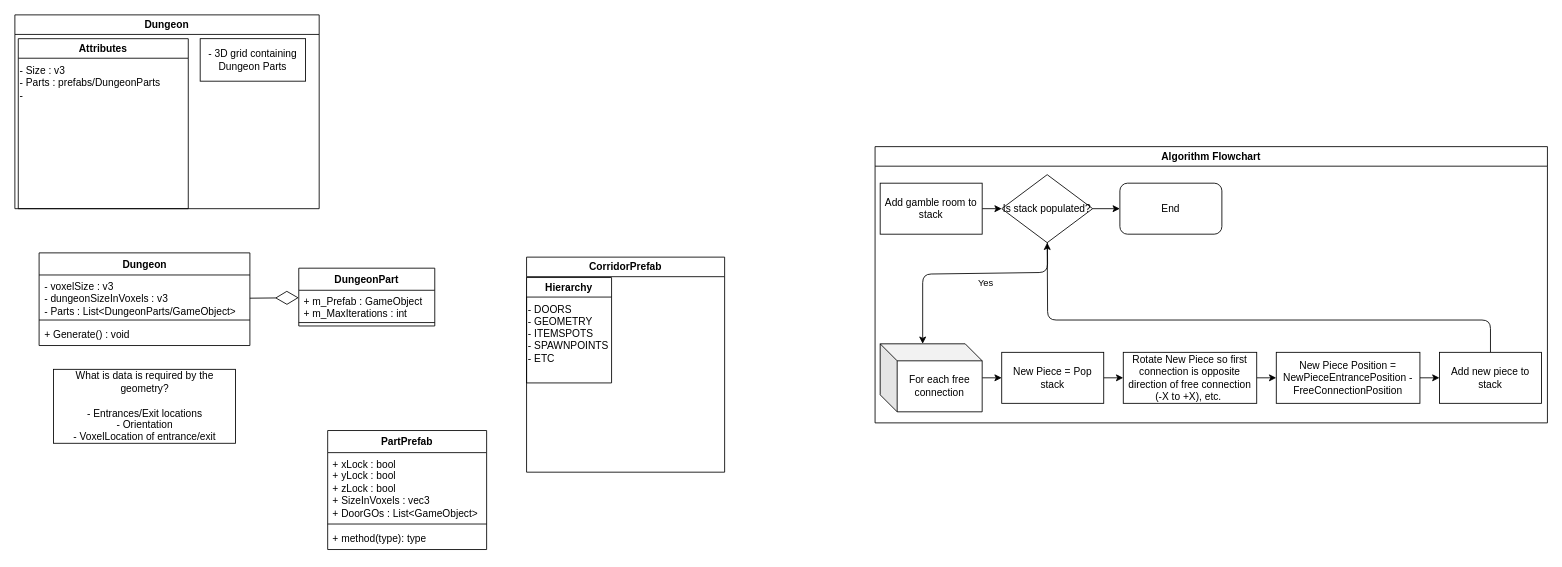
RanakOFour/Unity3DDungeonGenerator keeps this draw.io diagram as DungeonGenerator.drawio. Above is the earlier version. Source tidied: cells renumbered, new cells numbered last; positions are measured from the earlier drawing's top-left corner, leaving out a move shared by most shapes. Both pictures are drawn from the tidied source at 85%, with x=0, y=0 at pixel (14, 14).
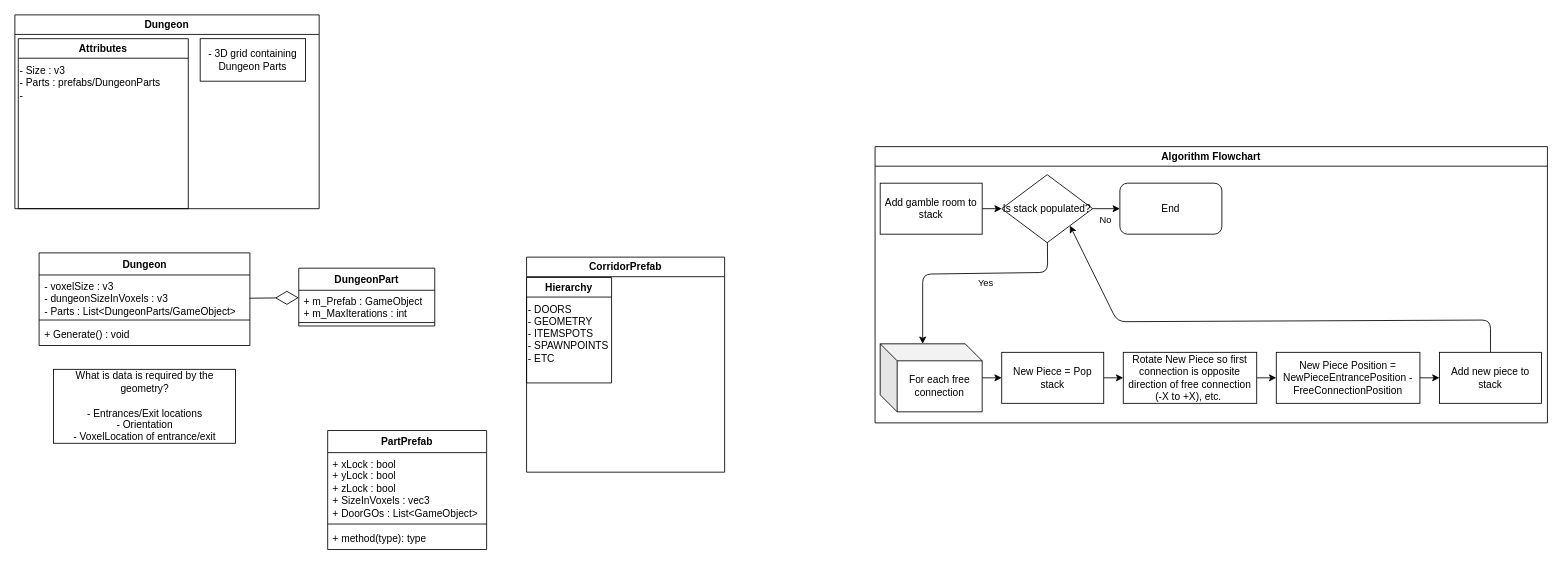
After the change.

The change refers to these unchanged cells:
```xml
<mxCell id="22" value="Algorithm Flowchart" style="swimlane;whiteSpace=wrap;html=1;" parent="1" vertex="1">
  <mxGeometry x="1012" y="155" width="791" height="325" as="geometry" />
</mxCell>
<mxCell id="32" value="Add new piece to stack" style="rounded=0;whiteSpace=wrap;html=1;" parent="22" vertex="1">
  <mxGeometry x="664" y="242" width="120" height="60" as="geometry" />
</mxCell>
<mxCell id="34" value="Is stack populated?" style="rhombus;whiteSpace=wrap;html=1;" parent="22" vertex="1">
  <mxGeometry x="149" y="33" width="107" height="80" as="geometry" />
</mxCell>
<mxCell id="38" value="End" style="rounded=1;whiteSpace=wrap;html=1;" parent="22" vertex="1">
  <mxGeometry x="288" y="43" width="120" height="60" as="geometry" />
</mxCell>
```

What changed in the source:
```diff
@@
-    <mxCell id="31" style="edgeStyle=none;html=1;entryX=0.5;entryY=1;entryDx=0;entryDy=0;" parent="22" edge="1" source="32" target="34">
+    <mxCell id="31" style="edgeStyle=none;html=1;entryX=1;entryY=1;entryDx=0;entryDy=0;" parent="22" edge="1" source="32" target="34">
       <mxGeometry relative="1" as="geometry">
         <Array as="points">
           <mxPoint x="724" y="204" />
-          <mxPoint x="203" y="204" />
+          <mxPoint x="285" y="206" />
         </Array>
       </mxGeometry>
     </mxCell>
@@
-    <mxCell id="33" style="edgeStyle=none;html=1;" parent="22" edge="1" source="34" target="38">
-      <mxGeometry relative="1" as="geometry" />
+    <mxCell id="33" value="No" style="edgeStyle=none;html=1;" parent="22" edge="1" source="34" target="38">
+      <mxGeometry x="-0.06" y="-13" relative="1" as="geometry" />
     </mxCell>
```
